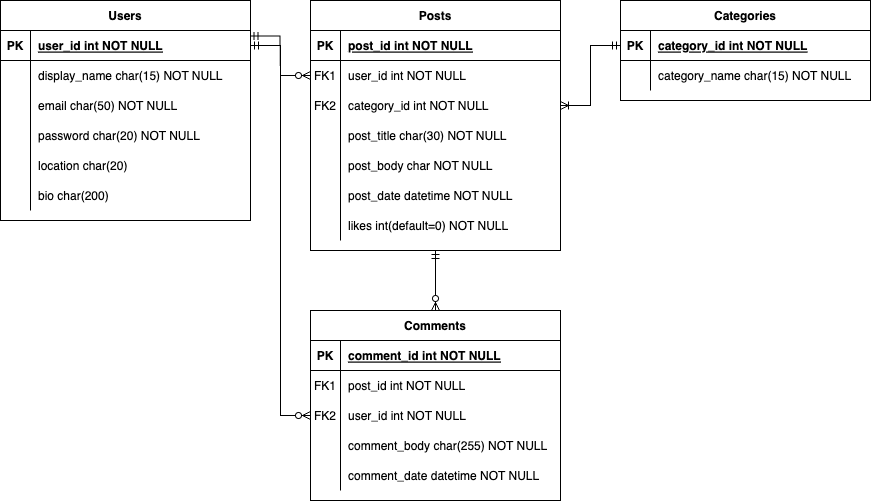
This is documentation/data-model.png from sejungkwak/krie, a draw.io export, as it was before one commit. Source tidied: cells renumbered, new cells last; positions are measured from the earlier drawing's top-left corner, leaving out a move shared by most shapes.
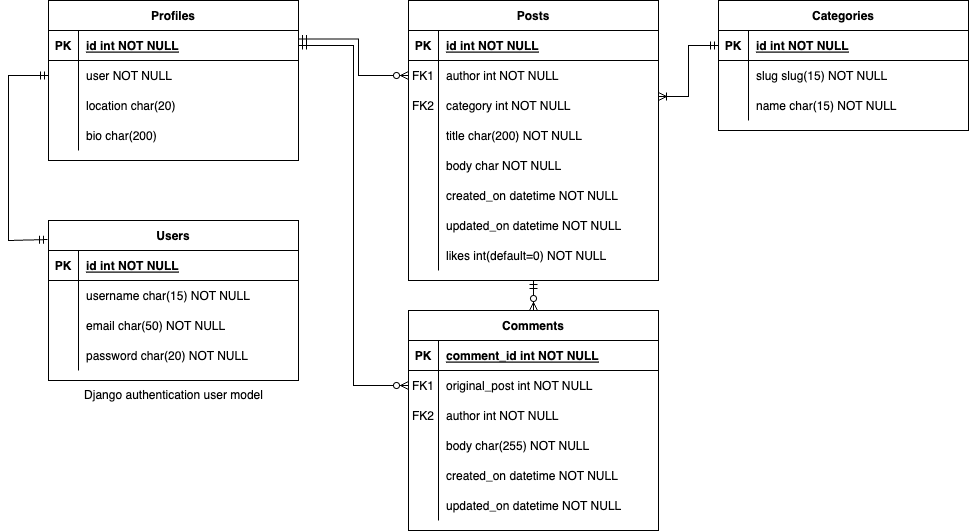
After the change.

Commit message:
docs: Replace old ERD with updated one

The edit, as a diff of the source:
```diff
@@ -4,4 +4,4 @@
     <mxCell id="1" parent="0" />
-    <mxCell id="2" value="Users" style="shape=table;startSize=30;rowLines=0;fontStyle=1;align=center;" parent="1" vertex="1">
-      <mxGeometry width="250" height="220" as="geometry" />
+    <mxCell id="2" value="Profiles" style="shape=table;startSize=30;rowLines=0;fontStyle=1;align=center;" parent="1" vertex="1">
+      <mxGeometry x="-50" width="250" height="160" as="geometry" />
     </mxCell>
@@ -13,3 +13,3 @@
     </mxCell>
-    <mxCell id="5" value="user_id int NOT NULL" style="shape=partialRectangle;fillColor=none;top=0;left=0;bottom=0;right=0;align=left;spacingLeft=6;fontStyle=5;overflow=hidden;" parent="3" vertex="1">
+    <mxCell id="5" value="id int NOT NULL" style="shape=partialRectangle;fillColor=none;top=0;left=0;bottom=0;right=0;align=left;spacingLeft=6;fontStyle=5;overflow=hidden;" parent="3" vertex="1">
       <mxGeometry x="30" width="220" height="30" as="geometry" />
@@ -22,3 +22,3 @@
     </mxCell>
-    <mxCell id="8" value="display_name char(15) NOT NULL" style="shape=partialRectangle;fillColor=none;top=0;left=0;bottom=0;right=0;align=left;spacingLeft=6;overflow=hidden;" parent="6" vertex="1">
+    <mxCell id="8" value="user NOT NULL" style="shape=partialRectangle;fillColor=none;top=0;left=0;bottom=0;right=0;align=left;spacingLeft=6;overflow=hidden;" parent="6" vertex="1">
       <mxGeometry x="30" width="220" height="30" as="geometry" />
@@ -31,3 +31,3 @@
     </mxCell>
-    <mxCell id="11" value="email char(50) NOT NULL" style="shape=partialRectangle;fillColor=none;top=0;left=0;bottom=0;right=0;align=left;spacingLeft=6;overflow=hidden;" parent="9" vertex="1">
+    <mxCell id="11" value="location char(20)" style="shape=partialRectangle;fillColor=none;top=0;left=0;bottom=0;right=0;align=left;spacingLeft=6;overflow=hidden;" parent="9" vertex="1">
       <mxGeometry x="30" width="220" height="30" as="geometry" />
@@ -40,25 +40,7 @@
     </mxCell>
-    <mxCell id="14" value="password char(20) NOT NULL" style="shape=partialRectangle;fillColor=none;top=0;left=0;bottom=0;right=0;align=left;spacingLeft=6;overflow=hidden;" parent="12" vertex="1">
+    <mxCell id="14" value="bio char(200)" style="shape=partialRectangle;fillColor=none;top=0;left=0;bottom=0;right=0;align=left;spacingLeft=6;overflow=hidden;" parent="12" vertex="1">
       <mxGeometry x="30" width="220" height="30" as="geometry" />
     </mxCell>
-    <mxCell id="15" style="shape=tableRow;horizontal=0;startSize=0;swimlaneHead=0;swimlaneBody=0;fillColor=none;top=0;left=0;right=0;bottom=0;" parent="2" vertex="1">
-      <mxGeometry y="150" width="250" height="30" as="geometry" />
-    </mxCell>
-    <mxCell id="16" style="shape=partialRectangle;fillColor=none;top=0;left=0;bottom=0;right=0;overflow=hidden;" parent="15" vertex="1">
-      <mxGeometry width="30" height="30" as="geometry" />
-    </mxCell>
-    <mxCell id="17" value="location char(20)" style="shape=partialRectangle;fillColor=none;top=0;left=0;bottom=0;right=0;align=left;spacingLeft=6;overflow=hidden;" parent="15" vertex="1">
-      <mxGeometry x="30" width="220" height="30" as="geometry" />
-    </mxCell>
-    <mxCell id="18" style="shape=tableRow;horizontal=0;startSize=0;swimlaneHead=0;swimlaneBody=0;fillColor=none;top=0;left=0;right=0;bottom=0;" parent="2" vertex="1">
-      <mxGeometry y="180" width="250" height="30" as="geometry" />
-    </mxCell>
-    <mxCell id="19" style="shape=partialRectangle;fillColor=none;top=0;left=0;bottom=0;right=0;overflow=hidden;" parent="18" vertex="1">
-      <mxGeometry width="30" height="30" as="geometry" />
-    </mxCell>
-    <mxCell id="20" value="bio char(200)" style="shape=partialRectangle;fillColor=none;top=0;left=0;bottom=0;right=0;align=left;spacingLeft=6;overflow=hidden;" parent="18" vertex="1">
-      <mxGeometry x="30" width="220" height="30" as="geometry" />
-    </mxCell>
     <mxCell id="21" value="Posts" style="shape=table;startSize=30;rowLines=0;fontStyle=1;align=center;" parent="1" vertex="1">
-      <mxGeometry x="310" width="250" height="250" as="geometry" />
+      <mxGeometry x="310" width="250" height="280" as="geometry" />
     </mxCell>
@@ -70,3 +52,3 @@
     </mxCell>
-    <mxCell id="24" value="post_id int NOT NULL" style="shape=partialRectangle;fillColor=none;top=0;left=0;bottom=0;right=0;align=left;spacingLeft=6;fontStyle=5;overflow=hidden;" parent="22" vertex="1">
+    <mxCell id="24" value="id int NOT NULL" style="shape=partialRectangle;fillColor=none;top=0;left=0;bottom=0;right=0;align=left;spacingLeft=6;fontStyle=5;overflow=hidden;" parent="22" vertex="1">
       <mxGeometry x="30" width="220" height="30" as="geometry" />
@@ -79,3 +61,3 @@
     </mxCell>
-    <mxCell id="27" value="user_id int NOT NULL" style="shape=partialRectangle;fillColor=none;top=0;left=0;bottom=0;right=0;align=left;spacingLeft=6;overflow=hidden;" parent="25" vertex="1">
+    <mxCell id="27" value="author int NOT NULL" style="shape=partialRectangle;fillColor=none;top=0;left=0;bottom=0;right=0;align=left;spacingLeft=6;overflow=hidden;" parent="25" vertex="1">
       <mxGeometry x="30" width="220" height="30" as="geometry" />
@@ -88,3 +70,3 @@
     </mxCell>
-    <mxCell id="30" value="category_id int NOT NULL" style="shape=partialRectangle;fillColor=none;top=0;left=0;bottom=0;right=0;align=left;spacingLeft=6;overflow=hidden;" parent="28" vertex="1">
+    <mxCell id="30" value="category int NOT NULL" style="shape=partialRectangle;fillColor=none;top=0;left=0;bottom=0;right=0;align=left;spacingLeft=6;overflow=hidden;" parent="28" vertex="1">
       <mxGeometry x="30" width="220" height="30" as="geometry" />
@@ -97,3 +79,3 @@
     </mxCell>
-    <mxCell id="33" value="post_title char(30) NOT NULL" style="shape=partialRectangle;fillColor=none;top=0;left=0;bottom=0;right=0;align=left;spacingLeft=6;overflow=hidden;" parent="31" vertex="1">
+    <mxCell id="33" value="title char(200) NOT NULL" style="shape=partialRectangle;fillColor=none;top=0;left=0;bottom=0;right=0;align=left;spacingLeft=6;overflow=hidden;" parent="31" vertex="1">
       <mxGeometry x="30" width="220" height="30" as="geometry" />
@@ -106,3 +88,3 @@
     </mxCell>
-    <mxCell id="36" value="post_body char NOT NULL" style="shape=partialRectangle;fillColor=none;top=0;left=0;bottom=0;right=0;align=left;spacingLeft=6;overflow=hidden;" parent="34" vertex="1">
+    <mxCell id="36" value="body char NOT NULL" style="shape=partialRectangle;fillColor=none;top=0;left=0;bottom=0;right=0;align=left;spacingLeft=6;overflow=hidden;" parent="34" vertex="1">
       <mxGeometry x="30" width="220" height="30" as="geometry" />
@@ -115,3 +97,3 @@
     </mxCell>
-    <mxCell id="39" value="post_date datetime NOT NULL" style="shape=partialRectangle;fillColor=none;top=0;left=0;bottom=0;right=0;align=left;spacingLeft=6;overflow=hidden;" parent="37" vertex="1">
+    <mxCell id="39" value="created_on datetime NOT NULL" style="shape=partialRectangle;fillColor=none;top=0;left=0;bottom=0;right=0;align=left;spacingLeft=6;overflow=hidden;" parent="37" vertex="1">
       <mxGeometry x="30" width="220" height="30" as="geometry" />
@@ -124,7 +106,16 @@
     </mxCell>
-    <mxCell id="42" value="likes int(default=0) NOT NULL" style="shape=partialRectangle;fillColor=none;top=0;left=0;bottom=0;right=0;align=left;spacingLeft=6;overflow=hidden;" parent="40" vertex="1">
+    <mxCell id="42" value="updated_on datetime NOT NULL" style="shape=partialRectangle;fillColor=none;top=0;left=0;bottom=0;right=0;align=left;spacingLeft=6;overflow=hidden;" parent="40" vertex="1">
       <mxGeometry x="30" width="220" height="30" as="geometry" />
     </mxCell>
+    <mxCell id="70" style="shape=tableRow;horizontal=0;startSize=0;swimlaneHead=0;swimlaneBody=0;fillColor=none;top=0;left=0;right=0;bottom=0;" parent="21" vertex="1">
+      <mxGeometry y="240" width="250" height="30" as="geometry" />
+    </mxCell>
+    <mxCell id="71" style="shape=partialRectangle;fillColor=none;top=0;left=0;bottom=0;right=0;overflow=hidden;" parent="70" vertex="1">
+      <mxGeometry width="30" height="30" as="geometry" />
+    </mxCell>
+    <mxCell id="72" value="likes int(default=0) NOT NULL" style="shape=partialRectangle;fillColor=none;top=0;left=0;bottom=0;right=0;align=left;spacingLeft=6;overflow=hidden;" parent="70" vertex="1">
+      <mxGeometry x="30" width="220" height="30" as="geometry" />
+    </mxCell>
     <mxCell id="43" value="Categories" style="shape=table;startSize=30;rowLines=0;fontStyle=1;align=center;" parent="1" vertex="1">
-      <mxGeometry x="620" width="250" height="100" as="geometry" />
+      <mxGeometry x="620" width="250" height="130" as="geometry" />
     </mxCell>
@@ -136,3 +127,3 @@
     </mxCell>
-    <mxCell id="46" value="category_id int NOT NULL" style="shape=partialRectangle;fillColor=none;top=0;left=0;bottom=0;right=0;align=left;spacingLeft=6;fontStyle=5;overflow=hidden;" parent="44" vertex="1">
+    <mxCell id="46" value="id int NOT NULL" style="shape=partialRectangle;fillColor=none;top=0;left=0;bottom=0;right=0;align=left;spacingLeft=6;fontStyle=5;overflow=hidden;" parent="44" vertex="1">
       <mxGeometry x="30" width="220" height="30" as="geometry" />
@@ -145,13 +136,23 @@
     </mxCell>
-    <mxCell id="49" value="category_name char(15) NOT NULL" style="shape=partialRectangle;fillColor=none;top=0;left=0;bottom=0;right=0;align=left;spacingLeft=6;overflow=hidden;" parent="47" vertex="1">
+    <mxCell id="49" value="slug slug(15) NOT NULL" style="shape=partialRectangle;fillColor=none;top=0;left=0;bottom=0;right=0;align=left;spacingLeft=6;overflow=hidden;" parent="47" vertex="1">
       <mxGeometry x="30" width="220" height="30" as="geometry" />
     </mxCell>
+    <mxCell id="73" style="shape=tableRow;horizontal=0;startSize=0;swimlaneHead=0;swimlaneBody=0;fillColor=none;top=0;left=0;right=0;bottom=0;" parent="43" vertex="1">
+      <mxGeometry y="90" width="250" height="30" as="geometry" />
+    </mxCell>
+    <mxCell id="74" style="shape=partialRectangle;fillColor=none;top=0;left=0;bottom=0;right=0;overflow=hidden;" parent="73" vertex="1">
+      <mxGeometry width="30" height="30" as="geometry" />
+    </mxCell>
+    <mxCell id="75" value="name char(15) NOT NULL" style="shape=partialRectangle;fillColor=none;top=0;left=0;bottom=0;right=0;align=left;spacingLeft=6;overflow=hidden;" parent="73" vertex="1">
+      <mxGeometry x="30" width="220" height="30" as="geometry" />
+    </mxCell>
-    <mxCell id="50" style="edgeStyle=entityRelationEdgeStyle;fontSize=12;html=1;endArrow=ERzeroToMany;startArrow=ERmandOne;rounded=0;entryX=0;entryY=0.5;entryDx=0;entryDy=0;exitX=0.998;exitY=0.183;exitDx=0;exitDy=0;exitPerimeter=0;" parent="1" edge="1" source="3" target="25">
-      <mxGeometry relative="1" as="geometry" />
+    <mxCell id="50" style="edgeStyle=elbowEdgeStyle;fontSize=12;html=1;endArrow=ERzeroToMany;startArrow=ERmandOne;rounded=0;entryX=0;entryY=0.5;entryDx=0;entryDy=0;exitX=1;exitY=0.283;exitDx=0;exitDy=0;exitPerimeter=0;" parent="1" edge="1" source="3" target="25">
+      <mxGeometry relative="1" as="geometry">
+        <Array as="points">
+          <mxPoint x="260" y="60" />
+        </Array>
+      </mxGeometry>
     </mxCell>
-    <mxCell id="51" style="edgeStyle=entityRelationEdgeStyle;fontSize=12;html=1;endArrow=ERmandOne;startArrow=ERoneToMany;rounded=0;entryX=0;entryY=0.5;entryDx=0;entryDy=0;exitX=1;exitY=0.5;exitDx=0;exitDy=0;endFill=0;" parent="1" edge="1" source="28" target="44">
-      <mxGeometry relative="1" as="geometry" />
-    </mxCell>
     <mxCell id="52" value="Comments" style="shape=table;startSize=30;rowLines=0;fontStyle=1;align=center;" parent="1" vertex="1">
-      <mxGeometry x="310" y="310" width="250" height="190" as="geometry" />
+      <mxGeometry x="310" y="310" width="250" height="220" as="geometry" />
     </mxCell>
@@ -172,3 +173,3 @@
     </mxCell>
-    <mxCell id="58" value="post_id int NOT NULL" style="shape=partialRectangle;fillColor=none;top=0;left=0;bottom=0;right=0;align=left;spacingLeft=6;overflow=hidden;" parent="56" vertex="1">
+    <mxCell id="58" value="original_post int NOT NULL" style="shape=partialRectangle;fillColor=none;top=0;left=0;bottom=0;right=0;align=left;spacingLeft=6;overflow=hidden;" parent="56" vertex="1">
       <mxGeometry x="30" width="220" height="30" as="geometry" />
@@ -181,3 +182,3 @@
     </mxCell>
-    <mxCell id="61" value="user_id int NOT NULL" style="shape=partialRectangle;fillColor=none;top=0;left=0;bottom=0;right=0;align=left;spacingLeft=6;overflow=hidden;" parent="59" vertex="1">
+    <mxCell id="61" value="author int NOT NULL" style="shape=partialRectangle;fillColor=none;top=0;left=0;bottom=0;right=0;align=left;spacingLeft=6;overflow=hidden;" parent="59" vertex="1">
       <mxGeometry x="30" width="220" height="30" as="geometry" />
@@ -190,3 +191,3 @@
     </mxCell>
-    <mxCell id="64" value="comment_body char(255) NOT NULL" style="shape=partialRectangle;fillColor=none;top=0;left=0;bottom=0;right=0;align=left;spacingLeft=6;overflow=hidden;" parent="62" vertex="1">
+    <mxCell id="64" value="body char(255) NOT NULL" style="shape=partialRectangle;fillColor=none;top=0;left=0;bottom=0;right=0;align=left;spacingLeft=6;overflow=hidden;" parent="62" vertex="1">
       <mxGeometry x="30" width="220" height="30" as="geometry" />
@@ -199,5 +200,14 @@
     </mxCell>
-    <mxCell id="67" value="comment_date datetime NOT NULL" style="shape=partialRectangle;fillColor=none;top=0;left=0;bottom=0;right=0;align=left;spacingLeft=6;overflow=hidden;" parent="65" vertex="1">
+    <mxCell id="67" value="created_on datetime NOT NULL" style="shape=partialRectangle;fillColor=none;top=0;left=0;bottom=0;right=0;align=left;spacingLeft=6;overflow=hidden;" parent="65" vertex="1">
       <mxGeometry x="30" width="220" height="30" as="geometry" />
     </mxCell>
+    <mxCell id="18" style="shape=tableRow;horizontal=0;startSize=0;swimlaneHead=0;swimlaneBody=0;fillColor=none;top=0;left=0;right=0;bottom=0;" parent="52" vertex="1">
+      <mxGeometry y="180" width="250" height="30" as="geometry" />
+    </mxCell>
+    <mxCell id="76" style="shape=partialRectangle;fillColor=none;top=0;left=0;bottom=0;right=0;overflow=hidden;" parent="18" vertex="1">
+      <mxGeometry width="30" height="30" as="geometry" />
+    </mxCell>
+    <mxCell id="77" value="updated_on datetime NOT NULL" style="shape=partialRectangle;fillColor=none;top=0;left=0;bottom=0;right=0;align=left;spacingLeft=6;overflow=hidden;" parent="18" vertex="1">
+      <mxGeometry x="30" width="220" height="30" as="geometry" />
+    </mxCell>
     <mxCell id="68" style="endArrow=ERzeroToMany;html=1;rounded=0;jumpSize=0;exitX=0.5;exitY=1;exitDx=0;exitDy=0;entryX=0.5;entryY=0;entryDx=0;entryDy=0;startArrow=ERmandOne;startFill=0;endFill=0;" parent="1" edge="1" source="21" target="52">
@@ -205,5 +215,60 @@
     </mxCell>
-    <mxCell id="69" style="edgeStyle=entityRelationEdgeStyle;fontSize=12;html=1;endArrow=ERzeroToMany;startArrow=ERmandOne;rounded=0;jumpSize=0;exitX=1;exitY=0.5;exitDx=0;exitDy=0;entryX=0;entryY=0.5;entryDx=0;entryDy=0;" parent="1" edge="1" source="3" target="59">
-      <mxGeometry relative="1" as="geometry" />
-    </mxCell>
+    <mxCell id="78" style="edgeStyle=elbowEdgeStyle;fontSize=12;html=1;endArrow=ERzeroToMany;startArrow=ERmandOne;rounded=0;jumpSize=0;exitX=1;exitY=0.5;exitDx=0;exitDy=0;entryX=0;entryY=0.5;entryDx=0;entryDy=0;" parent="1" edge="1" source="3" target="56">
+      <mxGeometry relative="1" as="geometry" />
+    </mxCell>
+    <mxCell id="79" value="Users" style="shape=table;startSize=30;rowLines=0;fontStyle=1;align=center;" parent="1" vertex="1">
+      <mxGeometry x="-50" y="220" width="250" height="160" as="geometry" />
+    </mxCell>
+    <mxCell id="80" style="shape=tableRow;horizontal=0;startSize=0;swimlaneHead=0;swimlaneBody=0;fillColor=none;top=0;left=0;right=0;bottom=1;" parent="79" vertex="1">
+      <mxGeometry y="30" width="250" height="30" as="geometry" />
+    </mxCell>
+    <mxCell id="81" value="PK" style="shape=partialRectangle;fillColor=none;top=0;left=0;bottom=0;right=0;fontStyle=1;overflow=hidden;" parent="80" vertex="1">
+      <mxGeometry width="30" height="30" as="geometry" />
+    </mxCell>
+    <mxCell id="82" value="id int NOT NULL" style="shape=partialRectangle;fillColor=none;top=0;left=0;bottom=0;right=0;align=left;spacingLeft=6;fontStyle=5;overflow=hidden;" parent="80" vertex="1">
+      <mxGeometry x="30" width="220" height="30" as="geometry" />
+    </mxCell>
+    <mxCell id="83" style="shape=tableRow;horizontal=0;startSize=0;swimlaneHead=0;swimlaneBody=0;fillColor=none;top=0;left=0;right=0;bottom=0;" parent="79" vertex="1">
+      <mxGeometry y="60" width="250" height="30" as="geometry" />
+    </mxCell>
+    <mxCell id="84" style="shape=partialRectangle;fillColor=none;top=0;left=0;bottom=0;right=0;overflow=hidden;" parent="83" vertex="1">
+      <mxGeometry width="30" height="30" as="geometry" />
+    </mxCell>
+    <mxCell id="85" value="username char(15) NOT NULL" style="shape=partialRectangle;fillColor=none;top=0;left=0;bottom=0;right=0;align=left;spacingLeft=6;overflow=hidden;" parent="83" vertex="1">
+      <mxGeometry x="30" width="220" height="30" as="geometry" />
+    </mxCell>
+    <mxCell id="86" style="shape=tableRow;horizontal=0;startSize=0;swimlaneHead=0;swimlaneBody=0;fillColor=none;top=0;left=0;right=0;bottom=0;" parent="79" vertex="1">
+      <mxGeometry y="90" width="250" height="30" as="geometry" />
+    </mxCell>
+    <mxCell id="87" style="shape=partialRectangle;fillColor=none;top=0;left=0;bottom=0;right=0;overflow=hidden;" parent="86" vertex="1">
+      <mxGeometry width="30" height="30" as="geometry" />
+    </mxCell>
+    <mxCell id="88" value="email char(50) NOT NULL" style="shape=partialRectangle;fillColor=none;top=0;left=0;bottom=0;right=0;align=left;spacingLeft=6;overflow=hidden;" parent="86" vertex="1">
+      <mxGeometry x="30" width="220" height="30" as="geometry" />
+    </mxCell>
+    <mxCell id="89" style="shape=tableRow;horizontal=0;startSize=0;swimlaneHead=0;swimlaneBody=0;fillColor=none;top=0;left=0;right=0;bottom=0;" parent="79" vertex="1">
+      <mxGeometry y="120" width="250" height="30" as="geometry" />
+    </mxCell>
+    <mxCell id="90" style="shape=partialRectangle;fillColor=none;top=0;left=0;bottom=0;right=0;overflow=hidden;" parent="89" vertex="1">
+      <mxGeometry width="30" height="30" as="geometry" />
+    </mxCell>
+    <mxCell id="91" value="password char(20) NOT NULL" style="shape=partialRectangle;fillColor=none;top=0;left=0;bottom=0;right=0;align=left;spacingLeft=6;overflow=hidden;" parent="89" vertex="1">
+      <mxGeometry x="30" width="220" height="30" as="geometry" />
+    </mxCell>
+    <mxCell id="92" style="edgeStyle=orthogonalEdgeStyle;fontSize=12;html=1;endArrow=ERmandOne;startArrow=ERmandOne;rounded=0;entryX=0;entryY=0.5;entryDx=0;entryDy=0;sourcePerimeterSpacing=0;jumpStyle=none;exitX=-0.004;exitY=0.119;exitDx=0;exitDy=0;exitPerimeter=0;" parent="1" edge="1" source="79" target="6">
+      <mxGeometry relative="1" as="geometry">
+        <Array as="points">
+          <mxPoint x="-90" y="240" />
+          <mxPoint x="-90" y="75" />
+        </Array>
+      </mxGeometry>
+    </mxCell>
+    <mxCell id="93" style="edgeStyle=elbowEdgeStyle;fontSize=12;html=1;endArrow=ERoneToMany;startArrow=ERmandOne;rounded=0;sourcePerimeterSpacing=0;jumpStyle=none;exitX=0;exitY=0.5;exitDx=0;exitDy=0;" parent="1" edge="1" source="44">
+      <mxGeometry relative="1" as="geometry">
+        <mxPoint x="560" y="96" as="targetPoint" />
+      </mxGeometry>
+    </mxCell>
+    <mxCell id="94" value="Django authentication user model" style="text;html=1;align=center;verticalAlign=middle;strokeColor=none;fillColor=none;" parent="1" vertex="1">
+      <mxGeometry x="-25" y="380" width="200" height="30" as="geometry" />
+    </mxCell>
   </root>
```
